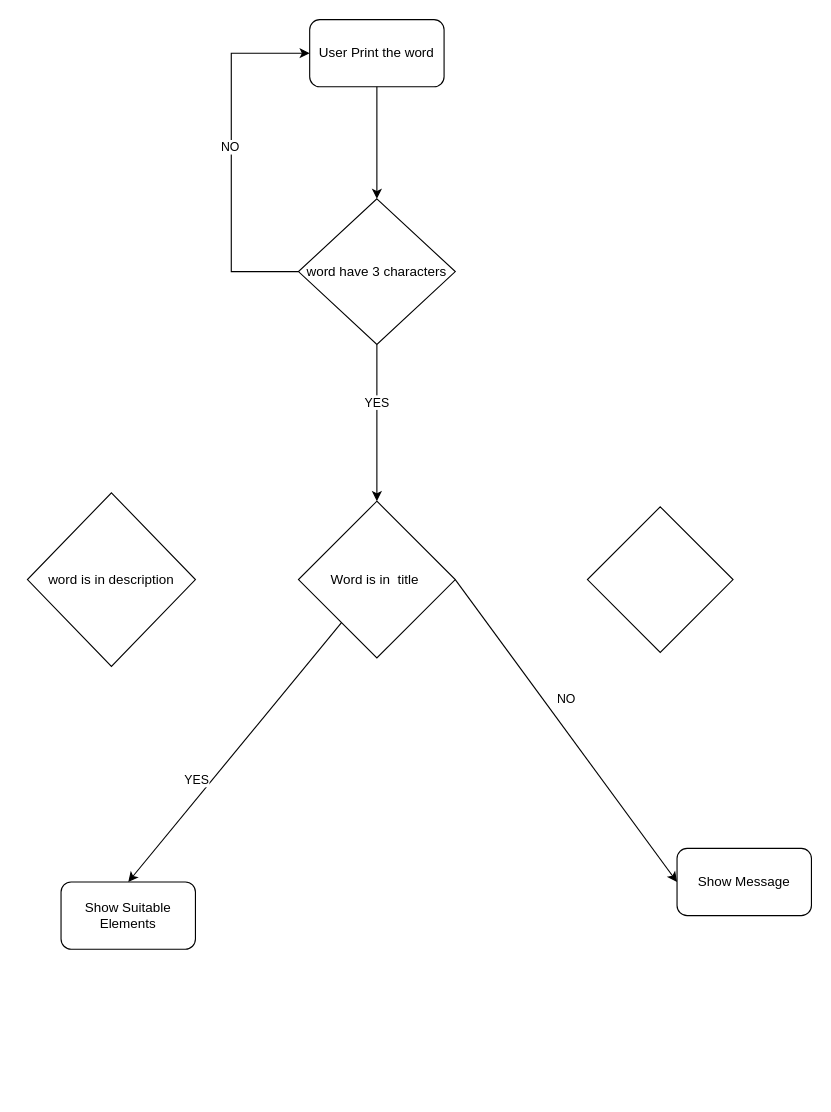
The draw.io diagram diagramme/test recherche.drawio in MagomedBek/Les-petits-Plat, before the edit. Source tidied: cells renumbered, new cells numbered last; positions are measured from the earlier drawing's top-left corner, leaving out a move shared by most shapes. Both pictures are drawn from the tidied source at 112%, with x=0, y=0 at pixel (27, 19).
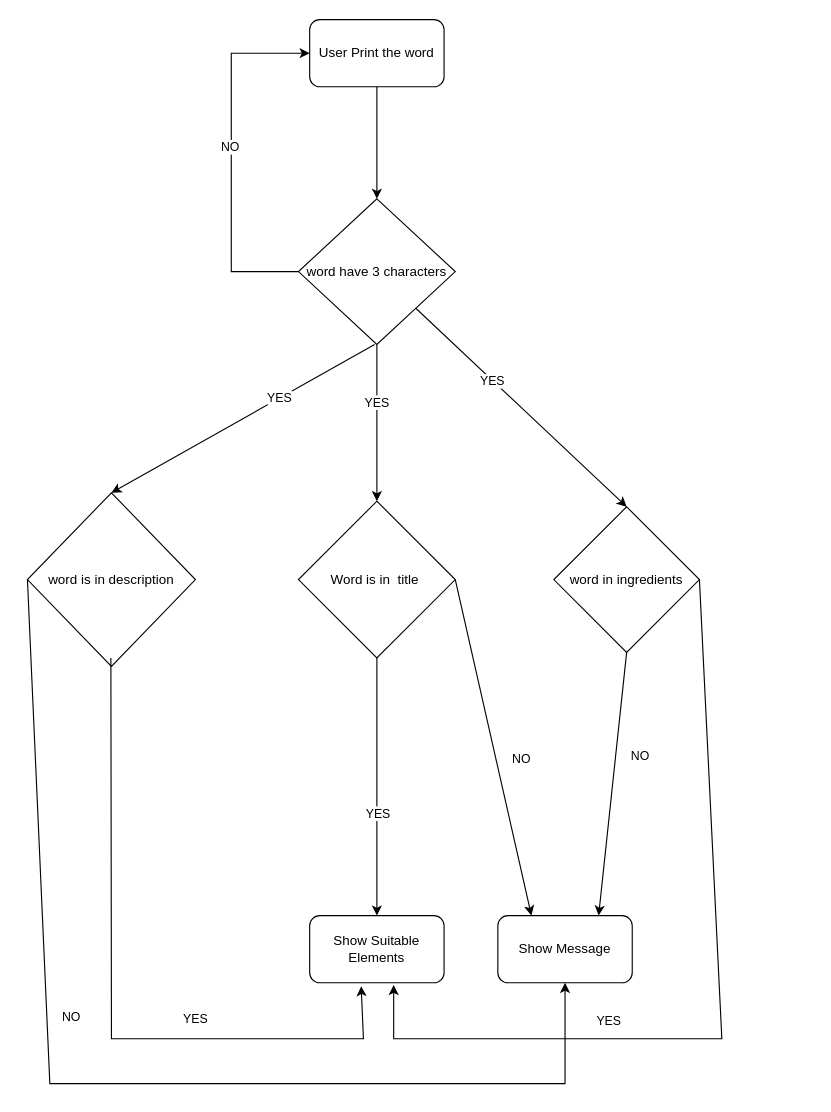
The same page after the edit.

Unchanged cells that the change refers to:
```xml
<mxCell id="3" value="word have 3 characters" style="rhombus;whiteSpace=wrap;html=1;" parent="1" vertex="1">
  <mxGeometry x="242" y="160" width="140" height="130" as="geometry" />
</mxCell>
<mxCell id="4" value="Word is in&amp;nbsp; title&amp;nbsp;" style="rhombus;whiteSpace=wrap;html=1;" parent="1" vertex="1">
  <mxGeometry x="242" y="430" width="140" height="140" as="geometry" />
</mxCell>
<mxCell id="16" value="word is in description" style="rhombus;whiteSpace=wrap;html=1;" parent="1" vertex="1">
  <mxGeometry y="422.5" width="150" height="155" as="geometry" />
</mxCell>
```

Change to the diagram source:
```diff
@@
     <mxCell id="5" value="Show Message" style="rounded=1;whiteSpace=wrap;html=1;" parent="1" vertex="1">
-      <mxGeometry x="580" y="740" width="120" height="60" as="geometry" />
+      <mxGeometry x="420" y="800" width="120" height="60" as="geometry" />
     </mxCell>
     <mxCell id="6" value="Show Suitable Elements" style="rounded=1;whiteSpace=wrap;html=1;" parent="1" vertex="1">
-      <mxGeometry x="30" y="770" width="120" height="60" as="geometry" />
+      <mxGeometry x="252" y="800" width="120" height="60" as="geometry" />
     </mxCell>
@@
-    <mxCell id="12" style="endArrow=classic;html=1;rounded=0;entryX=0;entryY=0.5;entryDx=0;entryDy=0;exitX=1;exitY=0.5;exitDx=0;exitDy=0;" parent="1" edge="1" source="4" target="5">
+    <mxCell id="12" style="endArrow=classic;html=1;rounded=0;exitX=1;exitY=0.5;exitDx=0;exitDy=0;entryX=0.25;entryY=0;entryDx=0;entryDy=0;" parent="1" edge="1" source="4" target="5">
       <mxGeometry relative="1" as="geometry" />
     </mxCell>
     <mxCell id="13" value="NO" style="edgeLabel;html=1;align=center;verticalAlign=middle;" parent="12" vertex="1">
       <mxGeometry x="-0.22" y="1" relative="1" as="geometry">
-        <mxPoint x="20" y="1" as="offset" />
+        <mxPoint x="31" y="43" as="offset" />
       </mxGeometry>
     </mxCell>
@@
-    <mxCell id="17" style="rhombus;whiteSpace=wrap;html=1;" parent="1" vertex="1">
-      <mxGeometry x="500" y="435" width="130" height="130" as="geometry" />
+    <mxCell id="17" value="word in ingredients" style="rhombus;whiteSpace=wrap;html=1;" parent="1" vertex="1">
+      <mxGeometry x="470" y="435" width="130" height="130" as="geometry" />
     </mxCell>
+    <mxCell id="18" style="endArrow=classic;html=1;rounded=0;entryX=0.625;entryY=1.033;entryDx=0;entryDy=0;exitX=1;exitY=0.5;exitDx=0;exitDy=0;entryPerimeter=0;" parent="1" edge="1" source="17" target="6">
+      <mxGeometry relative="1" as="geometry">
+        <Array as="points">
+          <mxPoint x="620" y="910" />
+          <mxPoint x="470" y="910" />
+          <mxPoint x="390" y="910" />
+          <mxPoint x="327" y="910" />
+        </Array>
+      </mxGeometry>
+    </mxCell>
+    <mxCell id="19" value="YES" style="edgeLabel;html=1;align=center;verticalAlign=middle;" parent="18" vertex="1">
+      <mxGeometry x="0.36" y="1" relative="1" as="geometry">
+        <mxPoint x="-1" y="-18" as="offset" />
+      </mxGeometry>
+    </mxCell>
+    <mxCell id="20" style="endArrow=classic;html=1;rounded=0;entryX=0.383;entryY=1.05;entryDx=0;entryDy=0;entryPerimeter=0;" parent="1" edge="1" target="6">
+      <mxGeometry relative="1" as="geometry">
+        <mxPoint x="74.5" y="570" as="sourcePoint" />
+        <Array as="points">
+          <mxPoint x="75" y="910" />
+          <mxPoint x="180" y="910" />
+          <mxPoint x="230" y="910" />
+          <mxPoint x="300" y="910" />
+        </Array>
+      </mxGeometry>
+    </mxCell>
+    <mxCell id="21" value="YES" style="edgeLabel;html=1;align=center;verticalAlign=middle;" parent="20" vertex="1">
+      <mxGeometry x="0.36" y="1" relative="1" as="geometry">
+        <mxPoint x="-1" y="-18" as="offset" />
+      </mxGeometry>
+    </mxCell>
+    <mxCell id="22" style="endArrow=classic;html=1;rounded=0;entryX=0.5;entryY=0;entryDx=0;entryDy=0;" parent="1" edge="1" source="3" target="17">
+      <mxGeometry relative="1" as="geometry" />
+    </mxCell>
+    <mxCell id="23" value="YES&lt;br&gt;" style="edgeLabel;html=1;align=center;verticalAlign=middle;" parent="22" vertex="1">
+      <mxGeometry x="-0.27" y="-1" relative="1" as="geometry" />
+    </mxCell>
+    <mxCell id="24" style="endArrow=classic;html=1;rounded=0;entryX=0.5;entryY=0;entryDx=0;entryDy=0;" parent="1" edge="1" target="16">
+      <mxGeometry relative="1" as="geometry">
+        <mxPoint x="310" y="290" as="sourcePoint" />
+      </mxGeometry>
+    </mxCell>
+    <mxCell id="25" value="YES&lt;br&gt;" style="edgeLabel;html=1;align=center;verticalAlign=middle;" parent="24" vertex="1">
+      <mxGeometry x="-0.27" y="-1" relative="1" as="geometry" />
+    </mxCell>
+    <mxCell id="26" style="endArrow=classic;html=1;rounded=0;exitX=0.5;exitY=1;exitDx=0;exitDy=0;entryX=0.75;entryY=0;entryDx=0;entryDy=0;" parent="1" edge="1" source="17" target="5">
+      <mxGeometry relative="1" as="geometry" />
+    </mxCell>
+    <mxCell id="27" value="NO" style="edgeLabel;html=1;align=center;verticalAlign=middle;" parent="26" vertex="1">
+      <mxGeometry x="-0.22" y="1" relative="1" as="geometry">
+        <mxPoint x="20" y="1" as="offset" />
+      </mxGeometry>
+    </mxCell>
+    <mxCell id="28" style="endArrow=classic;html=1;rounded=0;exitX=0;exitY=0.5;exitDx=0;exitDy=0;entryX=0.5;entryY=1;entryDx=0;entryDy=0;" parent="1" edge="1" source="16" target="5">
+      <mxGeometry relative="1" as="geometry">
+        <Array as="points">
+          <mxPoint x="20" y="950" />
+          <mxPoint x="260" y="950" />
+          <mxPoint x="480" y="950" />
+        </Array>
+      </mxGeometry>
+    </mxCell>
+    <mxCell id="29" value="NO" style="edgeLabel;html=1;align=center;verticalAlign=middle;" parent="28" vertex="1">
+      <mxGeometry x="-0.22" y="1" relative="1" as="geometry">
+        <mxPoint x="20" y="1" as="offset" />
+      </mxGeometry>
+    </mxCell>
```
